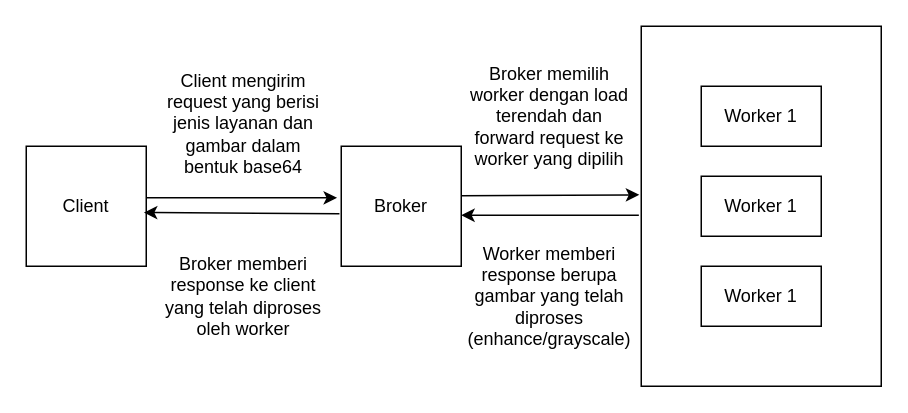
Before: images/diagram.drawio in rafyakbar/socket-programming_load-balancing, a draw.io diagram. Source tidied: cells renumbered, new cells numbered last; positions are measured from the earlier drawing's top-left corner, leaving out a move shared by most shapes. Both pictures are drawn from the tidied source at 150%, with x=0, y=0 at pixel (26, 26).
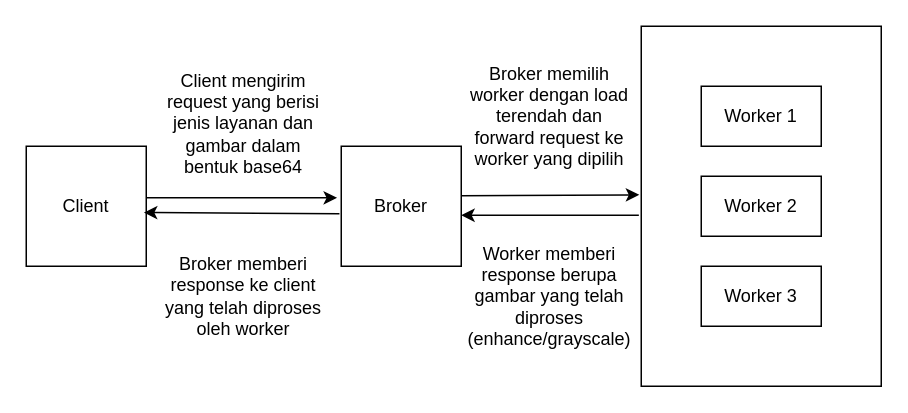
Above is the later version.

Diff of the diagram source:
```diff
@@
 <mxGraphModel>
   <root>
     <mxCell id="0" />
     <mxCell id="1" parent="0" />
     <mxCell id="2" value="Client" style="whiteSpace=wrap;html=1;" parent="1" vertex="1">
       <mxGeometry y="80" width="80" height="80" as="geometry" />
     </mxCell>
     <mxCell id="3" value="Broker" style="whiteSpace=wrap;html=1;" parent="1" vertex="1">
       <mxGeometry x="210" y="80" width="80" height="80" as="geometry" />
     </mxCell>
     <mxCell id="4" style="rounded=0;whiteSpace=wrap;html=1;" parent="1" vertex="1">
       <mxGeometry x="410" width="160" height="240" as="geometry" />
     </mxCell>
     <mxCell id="5" value="Worker 1" style="rounded=0;whiteSpace=wrap;html=1;" parent="1" vertex="1">
       <mxGeometry x="450" y="40" width="80" height="40" as="geometry" />
     </mxCell>
-    <mxCell id="6" value="Worker 1" style="rounded=0;whiteSpace=wrap;html=1;" parent="1" vertex="1">
+    <mxCell id="6" value="Worker 2" style="rounded=0;whiteSpace=wrap;html=1;" parent="1" vertex="1">
       <mxGeometry x="450" y="100" width="80" height="40" as="geometry" />
     </mxCell>
-    <mxCell id="7" value="Worker 1" style="rounded=0;whiteSpace=wrap;html=1;" parent="1" vertex="1">
+    <mxCell id="7" value="Worker 3" style="rounded=0;whiteSpace=wrap;html=1;" parent="1" vertex="1">
       <mxGeometry x="450" y="160" width="80" height="40" as="geometry" />
     </mxCell>
     <mxCell id="8" style="endArrow=classic;html=1;rounded=0;exitX=1;exitY=0.342;exitDx=0;exitDy=0;exitPerimeter=0;entryX=-0.035;entryY=0.342;entryDx=0;entryDy=0;entryPerimeter=0;" parent="1" edge="1">
       <mxGeometry relative="1" as="geometry">
         <mxPoint x="80" y="114.4" as="sourcePoint" />
         <mxPoint x="207.2" y="114.4" as="targetPoint" />
       </mxGeometry>
     </mxCell>
     <mxCell id="9" style="endArrow=classic;html=1;rounded=0;exitX=-0.015;exitY=0.613;exitDx=0;exitDy=0;exitPerimeter=0;entryX=0.98;entryY=0.603;entryDx=0;entryDy=0;entryPerimeter=0;" parent="1" edge="1">
       <mxGeometry relative="1" as="geometry">
         <mxPoint x="208.8" y="125" as="sourcePoint" />
         <mxPoint x="78.4" y="124.2" as="targetPoint" />
       </mxGeometry>
     </mxCell>
     <mxCell id="10" style="endArrow=classic;html=1;rounded=0;exitX=1;exitY=0.25;exitDx=0;exitDy=0;entryX=-0.008;entryY=0.414;entryDx=0;entryDy=0;entryPerimeter=0;" parent="1" edge="1">
       <mxGeometry relative="1" as="geometry">
         <mxPoint x="290" y="113" as="sourcePoint" />
         <mxPoint x="408.7" y="112.4" as="targetPoint" />
       </mxGeometry>
     </mxCell>
     <mxCell id="11" style="endArrow=classic;html=1;rounded=0;exitX=-0.01;exitY=0.525;exitDx=0;exitDy=0;exitPerimeter=0;" parent="1" edge="1">
       <mxGeometry relative="1" as="geometry">
         <mxPoint x="408.4" y="126" as="sourcePoint" />
         <mxPoint x="290" y="126" as="targetPoint" />
       </mxGeometry>
     </mxCell>
     <mxCell id="12" value="Client mengirim request yang berisi jenis layanan dan gambar dalam bentuk base64" style="text;html=1;align=center;verticalAlign=middle;whiteSpace=wrap;rounded=0;" parent="1" vertex="1">
       <mxGeometry x="90" y="25" width="110" height="80" as="geometry" />
     </mxCell>
     <mxCell id="13" value="Broker memilih worker dengan load terendah dan forward request ke worker yang dipilih" style="text;html=1;align=center;verticalAlign=middle;whiteSpace=wrap;rounded=0;" parent="1" vertex="1">
       <mxGeometry x="294" y="20" width="110" height="80" as="geometry" />
     </mxCell>
     <mxCell id="14" value="Worker memberi response berupa gambar yang telah diproses (enhance/grayscale)" style="text;html=1;align=center;verticalAlign=middle;whiteSpace=wrap;rounded=0;" parent="1" vertex="1">
       <mxGeometry x="294" y="140" width="110" height="80" as="geometry" />
     </mxCell>
     <mxCell id="15" value="Broker memberi response ke client yang telah diproses oleh worker" style="text;html=1;align=center;verticalAlign=middle;whiteSpace=wrap;rounded=0;" parent="1" vertex="1">
       <mxGeometry x="90" y="140" width="110" height="80" as="geometry" />
     </mxCell>
   </root>
 </mxGraphModel>
```
